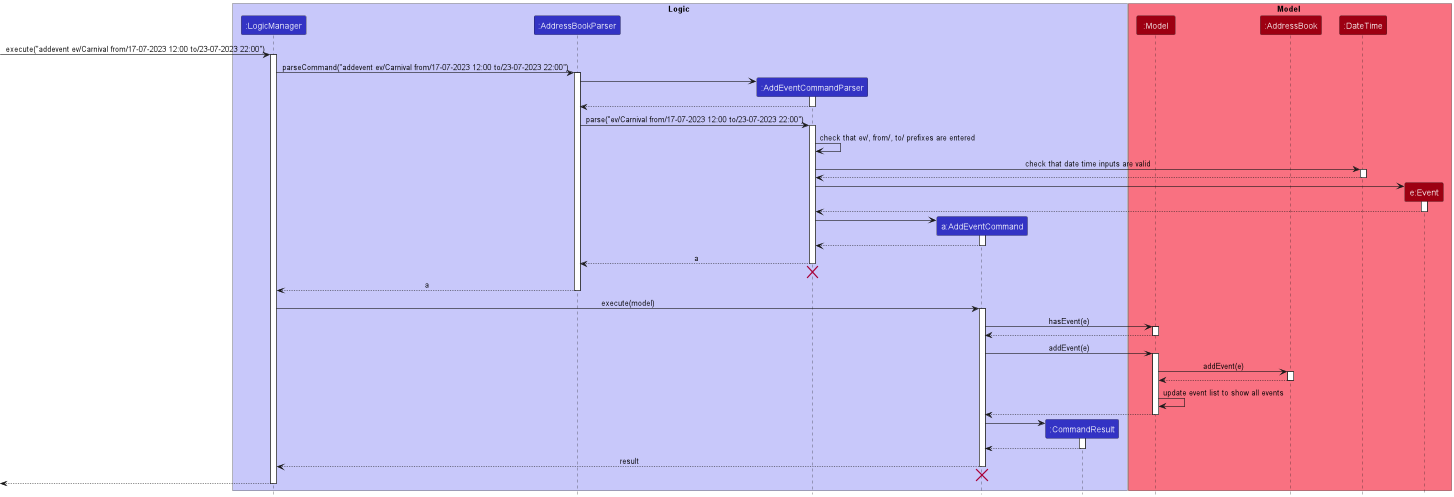
This is docs/images/AddEventSequenceDiagram.png from nus-cs2103-AY2223S2/tp, a PlantUML export, as it was before one commit.
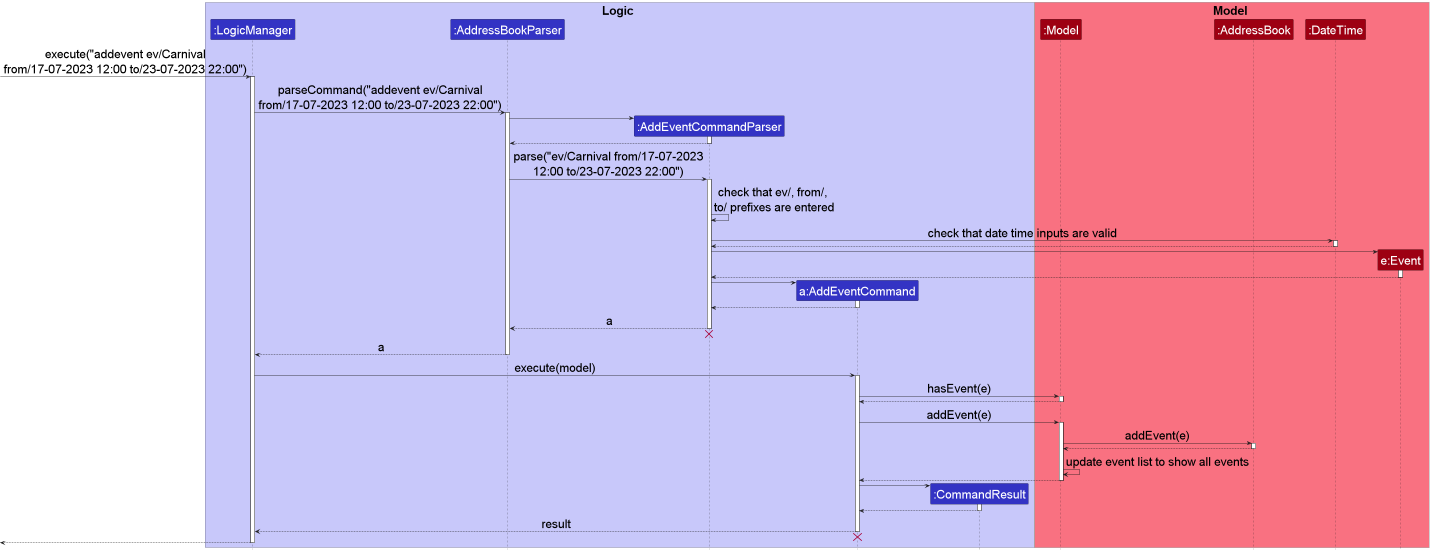
The same diagram one commit later.

Commit message:
Increase font size and add line feeds for AddEventSequenceDiagram

The edit, as a diff of the source:
```diff
@@ -16,10 +16,10 @@
 participant "e:Event" as Event MODEL_COLOR
 end box
 
-[-> LogicManager : execute("addevent ev/Carnival from/17-07-2023 12:00 to/23-07-2023 22:00")
+[-> LogicManager : execute("addevent ev/Carnival\nfrom/17-07-2023 12:00 to/23-07-2023 22:00")
 activate LogicManager
 
-LogicManager -> AddressBookParser : parseCommand("addevent ev/Carnival from/17-07-2023 12:00 to/23-07-2023 22:00")
+LogicManager -> AddressBookParser : parseCommand("addevent ev/Carnival\nfrom/17-07-2023 12:00 to/23-07-2023 22:00")
 activate AddressBookParser
 
 create AddEventCommandParser
@@ -29,10 +29,10 @@
 AddEventCommandParser --> AddressBookParser
 deactivate AddEventCommandParser
 
-AddressBookParser -> AddEventCommandParser : parse("ev/Carnival from/17-07-2023 12:00 to/23-07-2023 22:00")
+AddressBookParser -> AddEventCommandParser : parse("ev/Carnival from/17-07-2023\n12:00 to/23-07-2023 22:00")
 activate AddEventCommandParser
 
-AddEventCommandParser -> AddEventCommandParser : check that ev/, from/, to/ prefixes are entered
+AddEventCommandParser -> AddEventCommandParser : check that ev/, from/, \nto/ prefixes are entered
 
 AddEventCommandParser -> DateTime : check that date time inputs are valid
 activate DateTime
```
